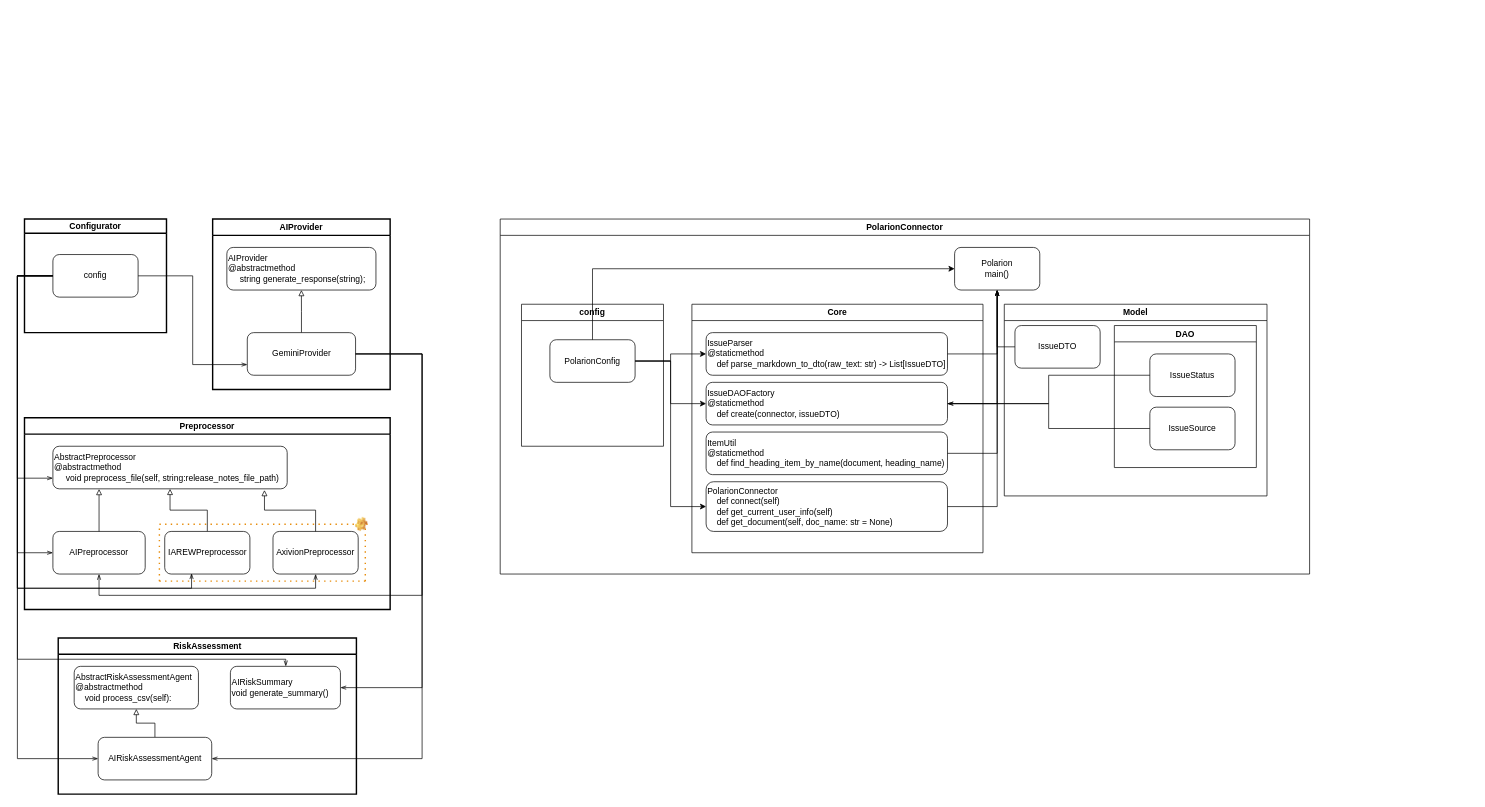
kaw-7/ai-assistant keeps this draw.io diagram as ClassDiagram/AIAssistant.drawio. Above is the earlier version. Source tidied: cells renumbered, new cells numbered last; positions are measured from the earlier drawing's top-left corner, leaving out a move shared by most shapes. Both pictures are drawn from the tidied source at 71%, with x=0, y=0 at pixel (17, 219).
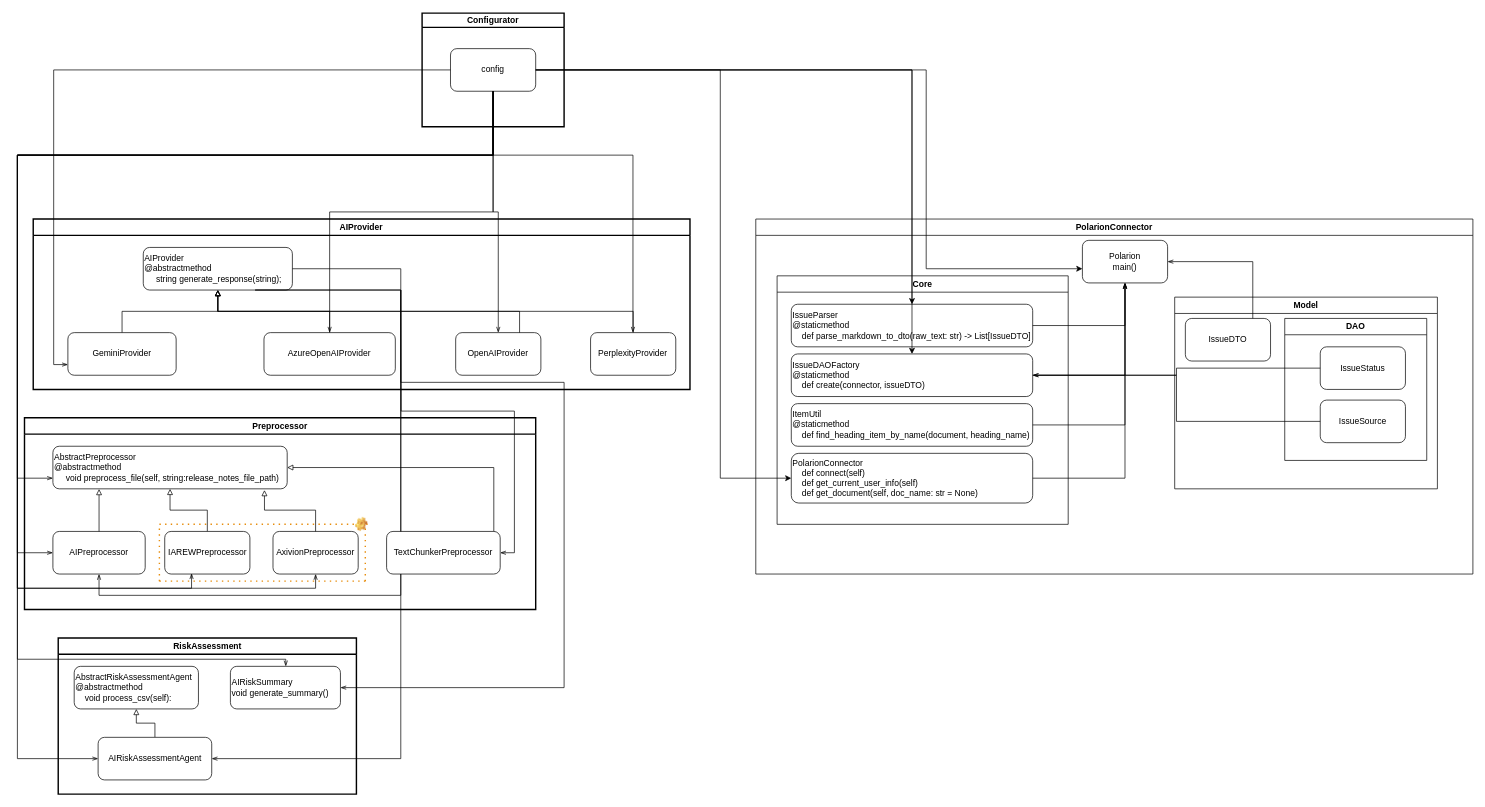
After the change.

Unchanged cells that the change refers to:
```xml
<mxCell id="3" value="&lt;div align=&quot;left&quot;&gt;AbstractPreprocessor&lt;br&gt;@abstractmethod&lt;br&gt;&amp;nbsp; &amp;nbsp; &amp;nbsp;void preprocess_file(self, string:release_notes_file_path)&lt;/div&gt;" style="rounded=1;whiteSpace=wrap;html=1;align=left;" parent="2" vertex="1">
  <mxGeometry x="40" y="40" width="330" height="60" as="geometry" />
</mxCell>
<mxCell id="4" value="AIPreprocessor" style="rounded=1;whiteSpace=wrap;html=1;" parent="2" vertex="1">
  <mxGeometry x="40" y="160" width="130" height="60" as="geometry" />
</mxCell>
<mxCell id="7" value="IAREWPreprocessor" style="rounded=1;whiteSpace=wrap;html=1;" parent="2" vertex="1">
  <mxGeometry x="197.5" y="160" width="120" height="60" as="geometry" />
</mxCell>
<mxCell id="8" value="AxivionPreprocessor" style="rounded=1;whiteSpace=wrap;html=1;" parent="2" vertex="1">
  <mxGeometry x="350" y="160" width="120" height="60" as="geometry" />
</mxCell>
<mxCell id="14" value="AIRiskAssessmentAgent" style="rounded=1;whiteSpace=wrap;html=1;" parent="11" vertex="1">
  <mxGeometry x="56.2" y="140" width="160" height="60" as="geometry" />
</mxCell>
<mxCell id="15" value="AIRiskSummary&lt;br&gt;&lt;div style=&quot;&quot;&gt;&lt;span style=&quot;background-color: initial;&quot;&gt;void generate_summary()&lt;/span&gt;&lt;/div&gt;" style="rounded=1;whiteSpace=wrap;html=1;align=left;" parent="11" vertex="1">
  <mxGeometry x="242.5" y="40" width="155" height="60" as="geometry" />
</mxCell>
<mxCell id="17" value="config" style="rounded=1;whiteSpace=wrap;html=1;" parent="16" vertex="1">
  <mxGeometry x="40" y="50" width="120" height="60" as="geometry" />
</mxCell>
<mxCell id="21" value="GeminiProvider" style="rounded=1;whiteSpace=wrap;html=1;" parent="18" vertex="1">
  <mxGeometry x="48.8" y="160" width="152.5" height="60" as="geometry" />
</mxCell>
<mxCell id="39" value="IssueParser&lt;br&gt;&lt;div&gt;@staticmethod&lt;/div&gt;&lt;div&gt;&amp;nbsp; &amp;nbsp; def parse_markdown_to_dto(raw_text: str) -&amp;gt; List[IssueDTO]&lt;/div&gt;" style="rounded=1;whiteSpace=wrap;html=1;align=left;" parent="38" vertex="1">
  <mxGeometry x="20" y="40" width="340" height="60" as="geometry" />
</mxCell>
<mxCell id="40" value="IssueDAOFactory&lt;br&gt;&lt;div&gt;@staticmethod&lt;/div&gt;&lt;div style=&quot;&quot;&gt;&amp;nbsp; &amp;nbsp; def create(connector, issueDTO)&lt;/div&gt;" style="rounded=1;whiteSpace=wrap;html=1;align=left;" parent="38" vertex="1">
  <mxGeometry x="20" y="110" width="340" height="60" as="geometry" />
</mxCell>
<mxCell id="42" value="&lt;div style=&quot;&quot;&gt;&lt;span style=&quot;background-color: initial;&quot;&gt;PolarionConnector&lt;/span&gt;&lt;/div&gt;&lt;div style=&quot;&quot;&gt;&lt;span style=&quot;background-color: initial;&quot;&gt;&amp;nbsp; &amp;nbsp; def connect(self)&amp;nbsp; &amp;nbsp;&amp;nbsp;&lt;/span&gt;&lt;/div&gt;&amp;nbsp; &amp;nbsp; def get_current_user_info(self)&lt;br&gt;&amp;nbsp; &amp;nbsp;&amp;nbsp;def get_document(self, doc_name: str = None)" style="rounded=1;whiteSpace=wrap;html=1;align=left;" parent="38" vertex="1">
  <mxGeometry x="20" y="250" width="340" height="70" as="geometry" />
</mxCell>
<mxCell id="46" value="IssueSource" style="rounded=1;whiteSpace=wrap;html=1;" parent="44" vertex="1">
  <mxGeometry x="50" y="115" width="120" height="60" as="geometry" />
</mxCell>
```

What changed in the source:
```diff
@@
     <mxCell id="2" value="Preprocessor" style="swimlane;whiteSpace=wrap;html=1;strokeWidth=2;" parent="1" vertex="1">
-      <mxGeometry x="10" y="280" width="515" height="270" as="geometry" />
+      <mxGeometry x="10" y="280" width="720" height="270" as="geometry" />
     </mxCell>
@@
     <mxCell id="16" value="Configurator" style="swimlane;whiteSpace=wrap;html=1;startSize=20;strokeWidth=2;" parent="1" vertex="1">
-      <mxGeometry x="10" width="200" height="160" as="geometry" />
+      <mxGeometry x="570" y="-290" width="200" height="160" as="geometry" />
     </mxCell>
@@
     <mxCell id="18" value="AIProvider" style="swimlane;whiteSpace=wrap;html=1;strokeWidth=2;" parent="1" vertex="1">
-      <mxGeometry x="275" width="250" height="240" as="geometry" />
+      <mxGeometry x="22.3" width="925" height="240" as="geometry" />
     </mxCell>
     <mxCell id="19" value="&lt;div align=&quot;left&quot;&gt;AIProvider&lt;br&gt;&lt;/div&gt;&lt;div align=&quot;left&quot;&gt;@abstractmethod&lt;/div&gt;&lt;div align=&quot;left&quot;&gt;&amp;nbsp; &amp;nbsp; &amp;nbsp;string generate_response(string);&lt;/div&gt;" style="rounded=1;whiteSpace=wrap;html=1;align=left;" parent="18" vertex="1">
-      <mxGeometry x="20" y="40" width="210" height="60" as="geometry" />
+      <mxGeometry x="155" y="40" width="210" height="60" as="geometry" />
     </mxCell>
@@
+    <mxCell id="62" value="AzureOpenAIProvider" style="rounded=1;whiteSpace=wrap;html=1;" parent="18" vertex="1">
+      <mxGeometry x="325" y="160" width="185" height="60" as="geometry" />
+    </mxCell>
+    <mxCell id="63" value="PerplexityProvider" style="rounded=1;whiteSpace=wrap;html=1;" parent="18" vertex="1">
+      <mxGeometry x="785" y="160" width="120" height="60" as="geometry" />
+    </mxCell>
+    <mxCell id="64" value="OpenAIProvider" style="rounded=1;whiteSpace=wrap;html=1;" parent="18" vertex="1">
+      <mxGeometry x="595" y="160" width="120" height="60" as="geometry" />
+    </mxCell>
+    <mxCell id="65" style="edgeStyle=orthogonalEdgeStyle;rounded=0;jettySize=auto;html=1;entryX=0.5;entryY=1;entryDx=0;entryDy=0;endArrow=block;endFill=0;" parent="18" edge="1" source="62" target="19">
+      <mxGeometry relative="1" as="geometry" />
+    </mxCell>
+    <mxCell id="66" style="edgeStyle=orthogonalEdgeStyle;rounded=0;jettySize=auto;html=1;endArrow=block;endFill=0;exitX=0.75;exitY=0;exitDx=0;exitDy=0;" parent="18" edge="1" source="64" target="19">
+      <mxGeometry relative="1" as="geometry" />
+    </mxCell>
+    <mxCell id="67" style="edgeStyle=orthogonalEdgeStyle;rounded=0;jettySize=auto;html=1;endArrow=block;endFill=0;exitX=0.5;exitY=0;exitDx=0;exitDy=0;" parent="18" edge="1" source="63" target="19">
+      <mxGeometry relative="1" as="geometry" />
+    </mxCell>
-    <mxCell id="22" style="edgeStyle=orthogonalEdgeStyle;rounded=0;jettySize=auto;html=1;entryX=1;entryY=0.5;entryDx=0;entryDy=0;endArrow=openThin;endFill=0;" parent="1" edge="1" source="21" target="14">
+    <mxCell id="22" style="edgeStyle=orthogonalEdgeStyle;rounded=0;jettySize=auto;html=1;entryX=1;entryY=0.5;entryDx=0;entryDy=0;endArrow=openThin;endFill=0;" parent="1" edge="1" source="19" target="14">
       <mxGeometry relative="1" as="geometry">
         <Array as="points">
-          <mxPoint x="570" y="190" />
-          <mxPoint x="570" y="760" />
+          <mxPoint x="540" y="760" />
         </Array>
       </mxGeometry>
     </mxCell>
     <mxCell id="23" style="edgeStyle=orthogonalEdgeStyle;rounded=0;jettySize=auto;html=1;entryX=0;entryY=0.75;entryDx=0;entryDy=0;endArrow=openThin;endFill=0;" parent="1" edge="1" source="17" target="3">
       <mxGeometry relative="1" as="geometry">
         <Array as="points">
-          <mxPoint y="80" />
+          <mxPoint x="670" y="-90" />
+          <mxPoint y="-90" />
           <mxPoint y="365" />
         </Array>
       </mxGeometry>
     </mxCell>
     <mxCell id="24" style="edgeStyle=orthogonalEdgeStyle;rounded=0;jettySize=auto;html=1;entryX=0;entryY=0.5;entryDx=0;entryDy=0;endArrow=openThin;endFill=0;" parent="1" edge="1" source="17" target="4">
       <mxGeometry relative="1" as="geometry">
         <Array as="points">
-          <mxPoint y="80" />
+          <mxPoint x="670" y="-90" />
+          <mxPoint y="-90" />
           <mxPoint y="470" />
         </Array>
       </mxGeometry>
     </mxCell>
     <mxCell id="25" style="edgeStyle=orthogonalEdgeStyle;rounded=0;jettySize=auto;html=1;entryX=0.315;entryY=0.983;entryDx=0;entryDy=0;entryPerimeter=0;endArrow=openThin;endFill=0;" parent="1" edge="1" source="17" target="7">
       <mxGeometry relative="1" as="geometry">
         <Array as="points">
-          <mxPoint y="80" />
+          <mxPoint x="670" y="-90" />
+          <mxPoint y="-90" />
           <mxPoint y="520" />
           <mxPoint x="245" y="520" />
         </Array>
       </mxGeometry>
     </mxCell>
-    <mxCell id="26" style="edgeStyle=orthogonalEdgeStyle;rounded=0;jettySize=auto;html=1;endArrow=openThin;endFill=0;" parent="1" edge="1" source="17" target="8">
+    <mxCell id="26" style="edgeStyle=orthogonalEdgeStyle;rounded=0;jettySize=auto;html=1;endArrow=openThin;endFill=0;" parent="1" edge="1" target="8">
       <mxGeometry relative="1" as="geometry">
+        <mxPoint x="670" y="-180" as="sourcePoint" />
         <Array as="points">
-          <mxPoint y="80" />
+          <mxPoint x="670" y="-90" />
+          <mxPoint y="-90" />
           <mxPoint y="520" />
           <mxPoint x="420" y="520" />
         </Array>
       </mxGeometry>
     </mxCell>
@@
     <mxCell id="28" style="edgeStyle=orthogonalEdgeStyle;rounded=0;jettySize=auto;html=1;endArrow=openThin;endFill=0;" parent="1" edge="1" source="17" target="14">
       <mxGeometry relative="1" as="geometry">
         <Array as="points">
-          <mxPoint y="80" />
+          <mxPoint x="670" y="-90" />
+          <mxPoint y="-90" />
           <mxPoint y="760" />
         </Array>
       </mxGeometry>
     </mxCell>
-    <mxCell id="29" style="edgeStyle=orthogonalEdgeStyle;rounded=0;jettySize=auto;html=1;endArrow=openThin;endFill=0;" parent="1" edge="1" source="21" target="4">
+    <mxCell id="29" style="edgeStyle=orthogonalEdgeStyle;rounded=0;jettySize=auto;html=1;endArrow=openThin;endFill=0;exitX=0.75;exitY=1;exitDx=0;exitDy=0;" parent="1" edge="1" source="19" target="4">
       <mxGeometry relative="1" as="geometry">
         <Array as="points">
-          <mxPoint x="570" y="190" />
-          <mxPoint x="570" y="530" />
+          <mxPoint x="540" y="100" />
+          <mxPoint x="540" y="530" />
           <mxPoint x="115" y="530" />
         </Array>
       </mxGeometry>
     </mxCell>
@@
     <mxCell id="35" style="edgeStyle=orthogonalEdgeStyle;rounded=0;jettySize=auto;html=1;endArrow=openThin;endFill=0;" parent="1" edge="1" source="17" target="15">
       <mxGeometry relative="1" as="geometry">
         <Array as="points">
-          <mxPoint y="80" />
+          <mxPoint x="670" y="-90" />
+          <mxPoint y="-90" />
           <mxPoint y="620" />
           <mxPoint x="378" y="620" />
         </Array>
       </mxGeometry>
     </mxCell>
-    <mxCell id="36" style="edgeStyle=orthogonalEdgeStyle;rounded=0;jettySize=auto;html=1;entryX=1;entryY=0.5;entryDx=0;entryDy=0;endArrow=openThin;endFill=0;" parent="1" edge="1" source="21" target="15">
+    <mxCell id="36" style="edgeStyle=orthogonalEdgeStyle;rounded=0;jettySize=auto;html=1;entryX=1;entryY=0.5;entryDx=0;entryDy=0;endArrow=openThin;endFill=0;exitX=0.75;exitY=1;exitDx=0;exitDy=0;" parent="1" edge="1" source="19" target="15">
       <mxGeometry relative="1" as="geometry">
         <Array as="points">
-          <mxPoint x="570" y="190" />
-          <mxPoint x="570" y="660" />
+          <mxPoint x="540" y="100" />
+          <mxPoint x="540" y="230" />
+          <mxPoint x="770" y="230" />
+          <mxPoint x="770" y="660" />
         </Array>
       </mxGeometry>
     </mxCell>
     <mxCell id="37" value="PolarionConnector" style="swimlane;whiteSpace=wrap;html=1;" parent="1" vertex="1">
-      <mxGeometry x="680" width="1140" height="500" as="geometry" />
+      <mxGeometry x="1040" width="1010" height="500" as="geometry" />
     </mxCell>
     <mxCell id="38" value="Core" style="swimlane;whiteSpace=wrap;html=1;" parent="37" vertex="1">
-      <mxGeometry x="270" y="120" width="410" height="350" as="geometry" />
+      <mxGeometry x="30" y="80" width="410" height="350" as="geometry" />
     </mxCell>
@@
     <mxCell id="43" value="Model" style="swimlane;whiteSpace=wrap;html=1;" parent="37" vertex="1">
-      <mxGeometry x="710" y="120" width="370" height="270" as="geometry" />
+      <mxGeometry x="590" y="110" width="370" height="270" as="geometry" />
     </mxCell>
@@
-    <mxCell id="48" value="config" style="swimlane;whiteSpace=wrap;html=1;" parent="37" vertex="1">
-      <mxGeometry x="30" y="120" width="200" height="200" as="geometry" />
-    </mxCell>
-    <mxCell id="49" value="PolarionConfig" style="rounded=1;whiteSpace=wrap;html=1;" parent="48" vertex="1">
-      <mxGeometry x="40" y="50" width="120" height="60" as="geometry" />
-    </mxCell>
     <mxCell id="50" value="Polarion&lt;br&gt;main()" style="rounded=1;whiteSpace=wrap;html=1;" parent="37" vertex="1">
-      <mxGeometry x="640" y="40" width="120" height="60" as="geometry" />
+      <mxGeometry x="460" y="30" width="120" height="60" as="geometry" />
     </mxCell>
@@
-    <mxCell id="56" style="edgeStyle=orthogonalEdgeStyle;rounded=0;jettySize=auto;html=1;endArrow=openThin;endFill=0;" parent="37" edge="1" source="46" target="40">
+    <mxCell id="56" style="edgeStyle=orthogonalEdgeStyle;rounded=0;jettySize=auto;html=1;endArrow=openThin;endFill=0;entryX=1;entryY=0.5;entryDx=0;entryDy=0;" parent="37" edge="1" source="46" target="40">
       <mxGeometry relative="1" as="geometry" />
     </mxCell>
@@
+    <mxCell id="68" style="edgeStyle=orthogonalEdgeStyle;rounded=0;jettySize=auto;html=1;endArrow=openThin;endFill=0;exitX=0.5;exitY=1;exitDx=0;exitDy=0;" parent="1" edge="1" source="17" target="62">
+      <mxGeometry relative="1" as="geometry" />
+    </mxCell>
+    <mxCell id="69" style="edgeStyle=orthogonalEdgeStyle;rounded=0;jettySize=auto;html=1;endArrow=openThin;endFill=0;entryX=0.5;entryY=0;entryDx=0;entryDy=0;exitX=0.5;exitY=1;exitDx=0;exitDy=0;" parent="1" edge="1" source="17" target="64">
+      <mxGeometry relative="1" as="geometry" />
+    </mxCell>
+    <mxCell id="70" style="edgeStyle=orthogonalEdgeStyle;rounded=0;jettySize=auto;html=1;endArrow=openThin;endFill=0;exitX=0.5;exitY=1;exitDx=0;exitDy=0;" parent="1" edge="1" source="17" target="63">
+      <mxGeometry relative="1" as="geometry">
+        <Array as="points">
+          <mxPoint x="670" y="-90" />
+          <mxPoint x="867" y="-90" />
+        </Array>
+      </mxGeometry>
+    </mxCell>
+    <mxCell id="71" style="edgeStyle=orthogonalEdgeStyle;rounded=0;jettySize=auto;html=1;entryX=1;entryY=0.5;entryDx=0;entryDy=0;endArrow=openThin;endFill=0;" parent="1" edge="1" target="72">
+      <mxGeometry relative="1" as="geometry">
+        <mxPoint x="540" y="100" as="sourcePoint" />
+      </mxGeometry>
+    </mxCell>
+    <mxCell id="72" value="TextChunkerPreprocessor" style="rounded=1;whiteSpace=wrap;html=1;" parent="1" vertex="1">
+      <mxGeometry x="520" y="440" width="160" height="60" as="geometry" />
+    </mxCell>
+    <mxCell id="73" style="edgeStyle=orthogonalEdgeStyle;rounded=0;jettySize=auto;html=1;endArrow=block;endFill=0;" parent="1" edge="1" source="72" target="3">
+      <mxGeometry relative="1" as="geometry">
+        <Array as="points">
+          <mxPoint x="671" y="350" />
+        </Array>
+      </mxGeometry>
+    </mxCell>
+    <mxCell id="60" style="edgeStyle=orthogonalEdgeStyle;rounded=0;jettySize=auto;html=1;entryX=0;entryY=0.5;entryDx=0;entryDy=0;exitX=1;exitY=0.5;exitDx=0;exitDy=0;" parent="1" edge="1" source="17" target="42">
+      <mxGeometry relative="1" as="geometry">
+        <Array as="points">
+          <mxPoint x="990" y="-210" />
+          <mxPoint x="990" y="365" />
+        </Array>
+      </mxGeometry>
+    </mxCell>
+    <mxCell id="59" style="edgeStyle=orthogonalEdgeStyle;rounded=0;jettySize=auto;html=1;exitX=1;exitY=0.5;exitDx=0;exitDy=0;" parent="1" edge="1" source="17" target="40">
+      <mxGeometry relative="1" as="geometry" />
+    </mxCell>
-    <mxCell id="58" style="edgeStyle=orthogonalEdgeStyle;rounded=0;jettySize=auto;html=1;" parent="37" edge="1" source="49" target="39">
+    <mxCell id="58" style="edgeStyle=orthogonalEdgeStyle;rounded=0;jettySize=auto;html=1;exitX=1;exitY=0.5;exitDx=0;exitDy=0;" parent="1" edge="1" source="17" target="39">
       <mxGeometry relative="1" as="geometry" />
     </mxCell>
-    <mxCell id="59" style="edgeStyle=orthogonalEdgeStyle;rounded=0;jettySize=auto;html=1;" parent="37" edge="1" source="49" target="40">
-      <mxGeometry relative="1" as="geometry" />
-    </mxCell>
-    <mxCell id="60" style="edgeStyle=orthogonalEdgeStyle;rounded=0;jettySize=auto;html=1;entryX=0;entryY=0.5;entryDx=0;entryDy=0;" parent="37" edge="1" source="49" target="42">
-      <mxGeometry relative="1" as="geometry" />
-    </mxCell>
-    <mxCell id="61" style="edgeStyle=orthogonalEdgeStyle;rounded=0;jettySize=auto;html=1;" parent="37" edge="1" source="49" target="50">
+    <mxCell id="61" style="edgeStyle=orthogonalEdgeStyle;rounded=0;jettySize=auto;html=1;" parent="1" edge="1" source="17" target="50">
       <mxGeometry relative="1" as="geometry">
         <Array as="points">
-          <mxPoint x="130" y="70" />
+          <mxPoint x="1280" y="-210" />
+          <mxPoint x="1280" y="70" />
         </Array>
       </mxGeometry>
     </mxCell>
```
